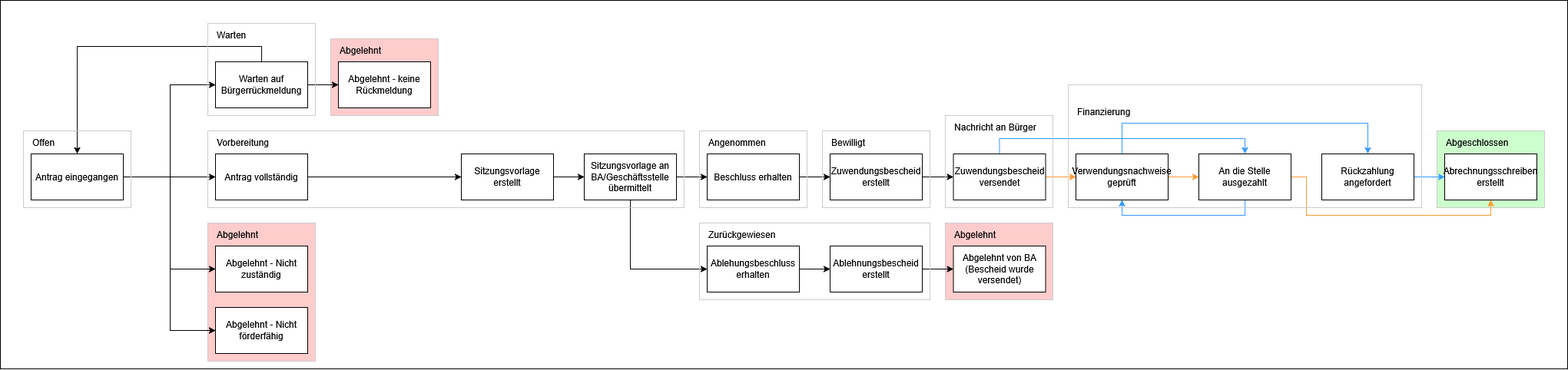
Earlier version of the draw.io export docs/src/about/status-diagram.png (it-at-m/stadtbezirksbudget). Source tidied: cells renumbered, new cells last; positions are measured from the earlier drawing's top-left corner, leaving out a move shared by most shapes.
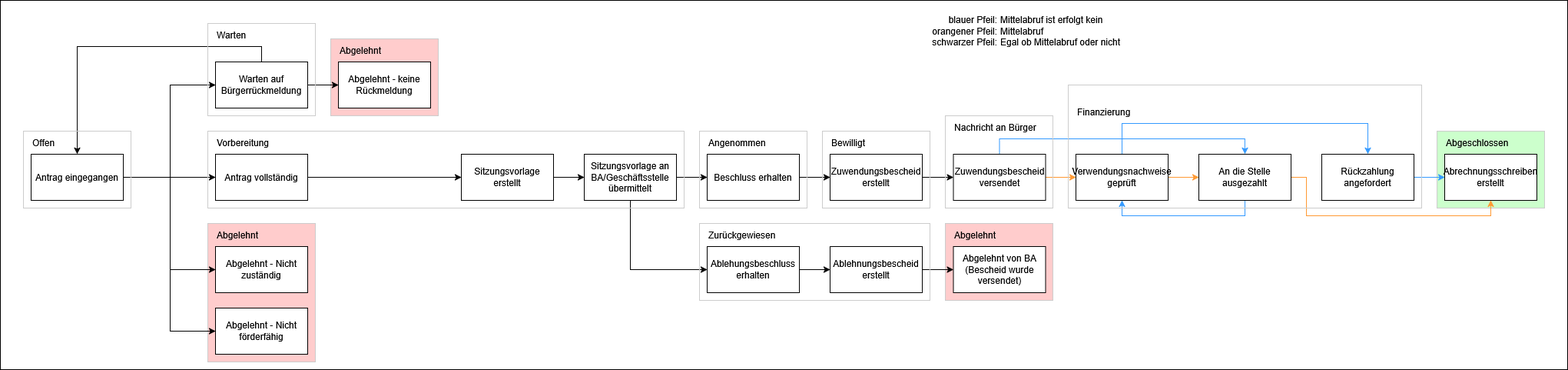
The same diagram one commit later.

Commit message:
:memo: Update status diagramn

What changed in the source:
```diff
@@ -239,5 +239,11 @@
     <mxCell id="65" value="Abgeschlossen" style="text;html=1;whiteSpace=wrap;strokeColor=none;fillColor=none;align=left;verticalAlign=middle;rounded=0;" parent="1" vertex="1">
       <mxGeometry x="1880" y="170" width="120" height="30" as="geometry" />
     </mxCell>
+    <mxCell id="66" value="&lt;div align=&quot;right&quot;&gt;blauer Pfeil:&lt;/div&gt;&lt;div align=&quot;right&quot;&gt;orangener Pfeil:&lt;/div&gt;&lt;div align=&quot;right&quot;&gt;schwarzer Pfeil:&lt;/div&gt;" style="text;html=1;whiteSpace=wrap;strokeColor=none;fillColor=none;align=right;verticalAlign=middle;rounded=0;" parent="1" vertex="1">
+      <mxGeometry x="1210" width="90" height="80" as="geometry" />
+    </mxCell>
+    <mxCell id="67" value="&lt;div align=&quot;left&quot;&gt;Mittelabruf ist erfolgt kein Mittelabruf&lt;/div&gt;&lt;div align=&quot;left&quot;&gt; Egal ob Mittelabruf oder nicht&lt;/div&gt;" style="text;html=1;whiteSpace=wrap;strokeColor=none;fillColor=none;align=left;verticalAlign=middle;rounded=0;" parent="1" vertex="1">
+      <mxGeometry x="1300" width="160" height="80" as="geometry" />
+    </mxCell>
   </root>
 </mxGraphModel>
```
